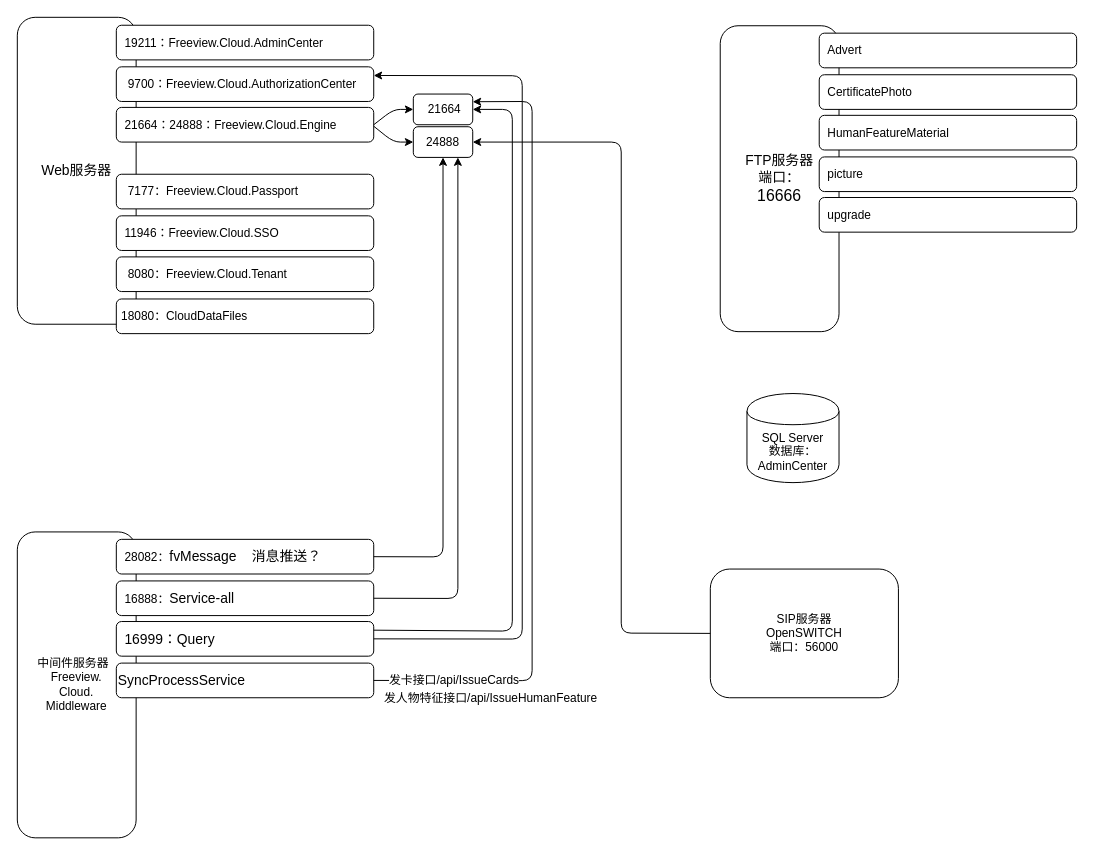
Above: xinch.drawio in jeffmacn/myjava (draw.io), before the change. Source tidied: cells renumbered, new cells numbered last; positions are measured from the earlier drawing's top-left corner, leaving out a move shared by most shapes. Both pictures are drawn from the tidied source at 99%, with x=0, y=0 at pixel (17, 17).
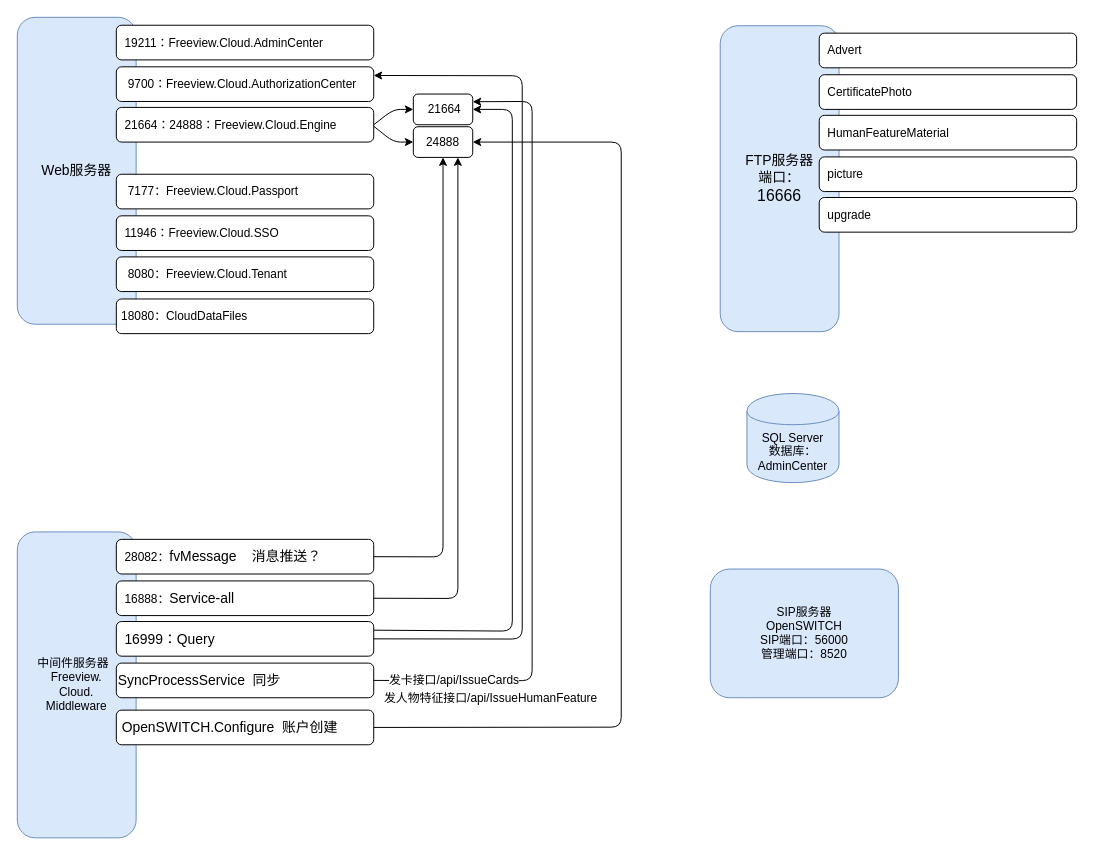
Above is the later version.

The change refers to these unchanged cells:
```xml
<mxCell id="24" value="&lt;span style=&quot;text-align: left&quot;&gt;24888&lt;/span&gt;" style="rounded=1;whiteSpace=wrap;html=1;fontSize=12;fontColor=#000000;align=center;" parent="1" vertex="1">
  <mxGeometry x="400" y="110.5" width="60" height="31" as="geometry" />
</mxCell>
```

What changed in the source:
```diff
@@
-    <mxCell id="2" value="SQL Server&lt;br&gt;数据库：AdminCenter" style="shape=cylinder;whiteSpace=wrap;html=1;boundedLbl=1;backgroundOutline=1;" parent="1" vertex="1">
+    <mxCell id="2" value="SQL Server&lt;br&gt;数据库：AdminCenter" style="shape=cylinder;whiteSpace=wrap;html=1;boundedLbl=1;backgroundOutline=1;fillColor=#dae8fc;strokeColor=#6c8ebf;" parent="1" vertex="1">
       <mxGeometry x="737" y="380" width="93" height="90" as="geometry" />
     </mxCell>
-    <mxCell id="3" value="&lt;span style=&quot;font-size: 10.5pt&quot;&gt;Web服务器&lt;br&gt;&lt;/span&gt;" style="rounded=1;whiteSpace=wrap;html=1;" parent="1" vertex="1">
+    <mxCell id="3" value="&lt;span style=&quot;font-size: 10.5pt&quot;&gt;Web服务器&lt;br&gt;&lt;/span&gt;" style="rounded=1;whiteSpace=wrap;html=1;fillColor=#dae8fc;strokeColor=#6c8ebf;" parent="1" vertex="1">
       <mxGeometry width="120" height="310" as="geometry" />
     </mxCell>
@@
-    <mxCell id="10" value="&lt;span style=&quot;font-size: 10.5pt&quot;&gt;FTP服务器&lt;br&gt;端口：&lt;br&gt;&lt;/span&gt;&lt;span lang=&quot;EN-US&quot; style=&quot;font-size: 12.0pt&quot;&gt;16666&lt;/span&gt;&lt;span style=&quot;font-size: 10.5pt&quot;&gt;&lt;br&gt;&lt;/span&gt;" style="rounded=1;whiteSpace=wrap;html=1;" parent="1" vertex="1">
+    <mxCell id="10" value="&lt;span style=&quot;font-size: 10.5pt&quot;&gt;FTP服务器&lt;br&gt;端口：&lt;br&gt;&lt;/span&gt;&lt;span lang=&quot;EN-US&quot; style=&quot;font-size: 12.0pt&quot;&gt;16666&lt;/span&gt;&lt;span style=&quot;font-size: 10.5pt&quot;&gt;&lt;br&gt;&lt;/span&gt;" style="rounded=1;whiteSpace=wrap;html=1;fillColor=#dae8fc;strokeColor=#6c8ebf;" parent="1" vertex="1">
       <mxGeometry x="710" y="8.5" width="120" height="309" as="geometry" />
     </mxCell>
@@
-    <mxCell id="16" value="SIP服务器&lt;br&gt;OpenSWITCH&lt;br&gt;端口：56000" style="rounded=1;whiteSpace=wrap;html=1;fontSize=12;align=center;" parent="1" vertex="1">
+    <mxCell id="16" value="SIP服务器&lt;br&gt;OpenSWITCH&lt;br&gt;SIP端口：56000&lt;br&gt;管理端口：8520" style="rounded=1;whiteSpace=wrap;html=1;fontSize=12;align=center;fillColor=#dae8fc;strokeColor=#6c8ebf;" parent="1" vertex="1">
       <mxGeometry x="700" y="557.3" width="190" height="130" as="geometry" />
     </mxCell>
@@
-    <mxCell id="18" value="中间件服务器&amp;nbsp;&amp;nbsp;&lt;br&gt;Freeview.&lt;br&gt;Cloud.&lt;br&gt;Middleware" style="rounded=1;whiteSpace=wrap;html=1;" parent="1" vertex="1">
+    <mxCell id="18" value="中间件服务器&amp;nbsp;&amp;nbsp;&lt;br&gt;Freeview.&lt;br&gt;Cloud.&lt;br&gt;Middleware" style="rounded=1;whiteSpace=wrap;html=1;fillColor=#dae8fc;strokeColor=#6c8ebf;" parent="1" vertex="1">
       <mxGeometry y="519.8" width="120" height="309" as="geometry" />
     </mxCell>
@@
-    <mxCell id="22" value="&lt;span lang=&quot;EN-US&quot; style=&quot;font-size: 10.5pt ; font-family: &amp;#34;calibri&amp;#34; , sans-serif&quot;&gt;SyncProcessService&lt;/span&gt;" style="rounded=1;whiteSpace=wrap;html=1;align=left;" parent="1" vertex="1">
+    <mxCell id="22" value="&lt;span lang=&quot;EN-US&quot; style=&quot;font-size: 10.5pt ; font-family: &amp;#34;calibri&amp;#34; , sans-serif&quot;&gt;SyncProcessService&amp;nbsp; 同步&lt;/span&gt;" style="rounded=1;whiteSpace=wrap;html=1;align=left;" parent="1" vertex="1">
       <mxGeometry x="100" y="652.3" width="260" height="35" as="geometry" />
     </mxCell>
@@
-    <mxCell id="34" style="endArrow=classic;html=1;fontSize=12;fontColor=#000000;exitX=0;exitY=0.5;exitDx=0;exitDy=0;entryX=1;entryY=0.5;entryDx=0;entryDy=0;" parent="1" edge="1" source="16" target="24">
+    <mxCell id="34" style="endArrow=classic;html=1;fontSize=12;fontColor=#000000;exitX=1;exitY=0.5;exitDx=0;exitDy=0;entryX=1;entryY=0.5;entryDx=0;entryDy=0;" parent="1" edge="1" source="35" target="24">
       <mxGeometry relative="1" as="geometry">
         <Array as="points">
-          <mxPoint x="610" y="622" />
+          <mxPoint x="610" y="717" />
           <mxPoint x="610" y="126" />
         </Array>
       </mxGeometry>
     </mxCell>
+    <mxCell id="35" value="&lt;span style=&quot;font-size: 10.5pt ; font-family: &amp;#34;calibri&amp;#34; , sans-serif&quot;&gt;&amp;nbsp;&lt;span lang=&quot;EN-US&quot;&gt;OpenSWITCH.Configure&amp;nbsp; 账户创建&lt;/span&gt;&lt;/span&gt;" style="rounded=1;whiteSpace=wrap;html=1;align=left;" parent="1" vertex="1">
+      <mxGeometry x="100" y="699.8" width="260" height="35" as="geometry" />
+    </mxCell>
```
